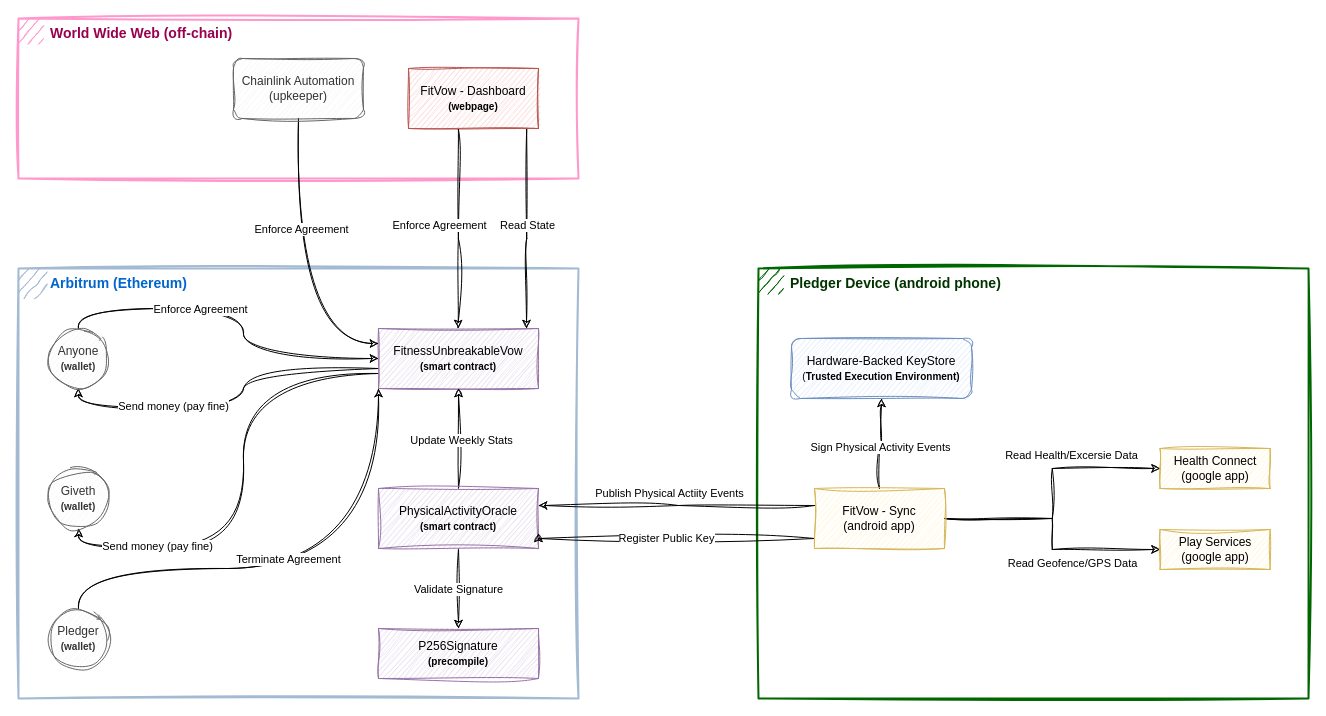
pedrooaugusto/fitness-unbreakable-vow keeps this draw.io diagram as page "Overview" (1 of 3) of Fitness-Unbreakable-Vow.drawio. Above is the earlier version. Source tidied: cells renumbered, new cells numbered last; positions are measured from the earlier drawing's top-left corner, leaving out a move shared by most shapes. Both pictures are drawn from the tidied source at 100%, with x=0, y=0 at pixel (18, 18).
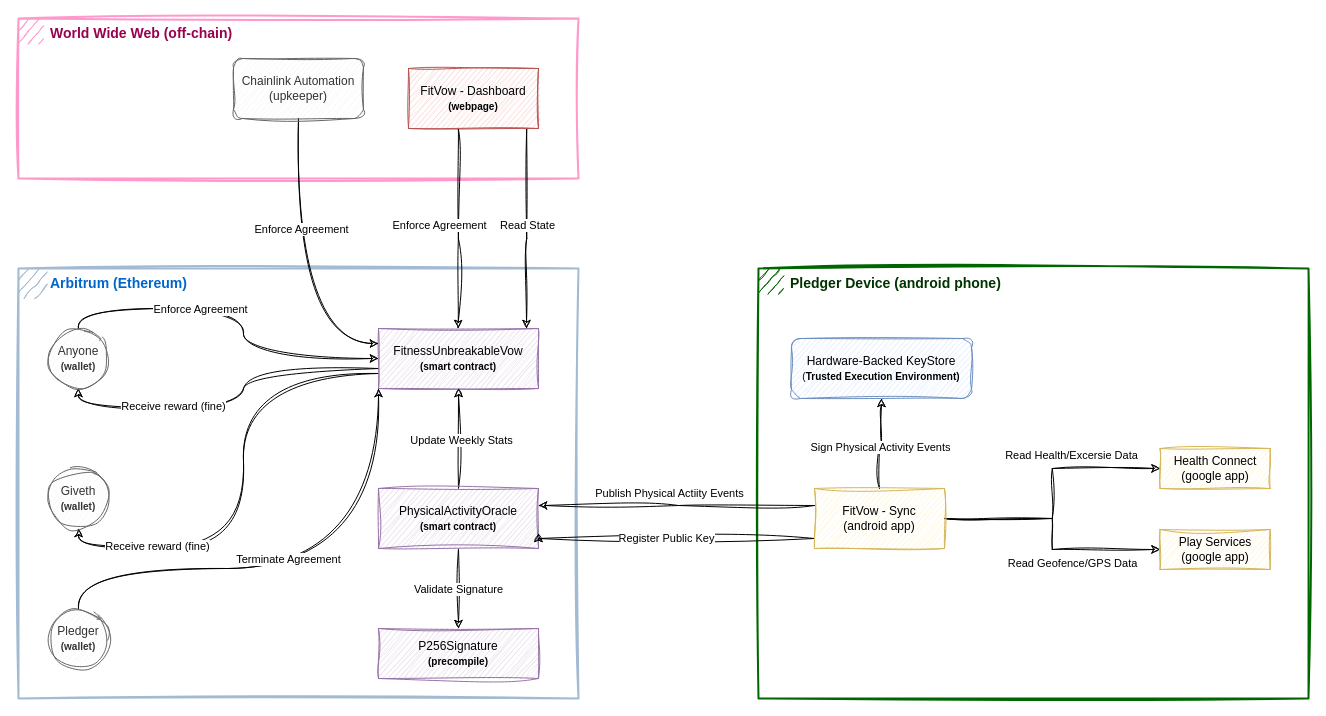
After the change.

Unchanged cells that the change refers to:
```xml
<mxCell id="4" style="edgeStyle=orthogonalEdgeStyle;rounded=0;jettySize=auto;html=1;entryX=0.5;entryY=1;entryDx=0;entryDy=0;curved=1;exitX=0;exitY=0.667;exitDx=0;exitDy=0;exitPerimeter=0;sketch=1;curveFitting=1;jiggle=2;" parent="1" edge="1" source="8" target="16">
  <mxGeometry relative="1" as="geometry" />
</mxCell>
<mxCell id="6" style="edgeStyle=orthogonalEdgeStyle;rounded=0;jettySize=auto;html=1;entryX=0.5;entryY=1;entryDx=0;entryDy=0;curved=1;exitX=0;exitY=0.75;exitDx=0;exitDy=0;sketch=1;curveFitting=1;jiggle=2;" parent="1" edge="1" source="8" target="17">
  <mxGeometry relative="1" as="geometry" />
</mxCell>
```

Diff of the diagram source:
```diff
@@
-    <mxCell id="5" value="Send money (pay fine)" style="edgeLabel;html=1;align=center;verticalAlign=middle;sketch=1;curveFitting=1;jiggle=2;" parent="4" vertex="1">
+    <mxCell id="5" value="Receive reward (fine)" style="edgeLabel;html=1;align=center;verticalAlign=middle;sketch=1;curveFitting=1;jiggle=2;" parent="4" vertex="1">
       <mxGeometry x="0.25" y="-3" relative="1" as="geometry">
         <mxPoint x="-21" as="offset" />
       </mxGeometry>
     </mxCell>
@@
-    <mxCell id="7" value="Send money (pay fine)" style="edgeLabel;html=1;align=center;verticalAlign=middle;sketch=1;curveFitting=1;jiggle=2;" parent="6" vertex="1">
+    <mxCell id="7" value="Receive reward (fine)" style="edgeLabel;html=1;align=center;verticalAlign=middle;sketch=1;curveFitting=1;jiggle=2;" parent="6" vertex="1">
       <mxGeometry x="0.47" y="-3" relative="1" as="geometry">
         <mxPoint x="-33" as="offset" />
       </mxGeometry>
     </mxCell>
```
